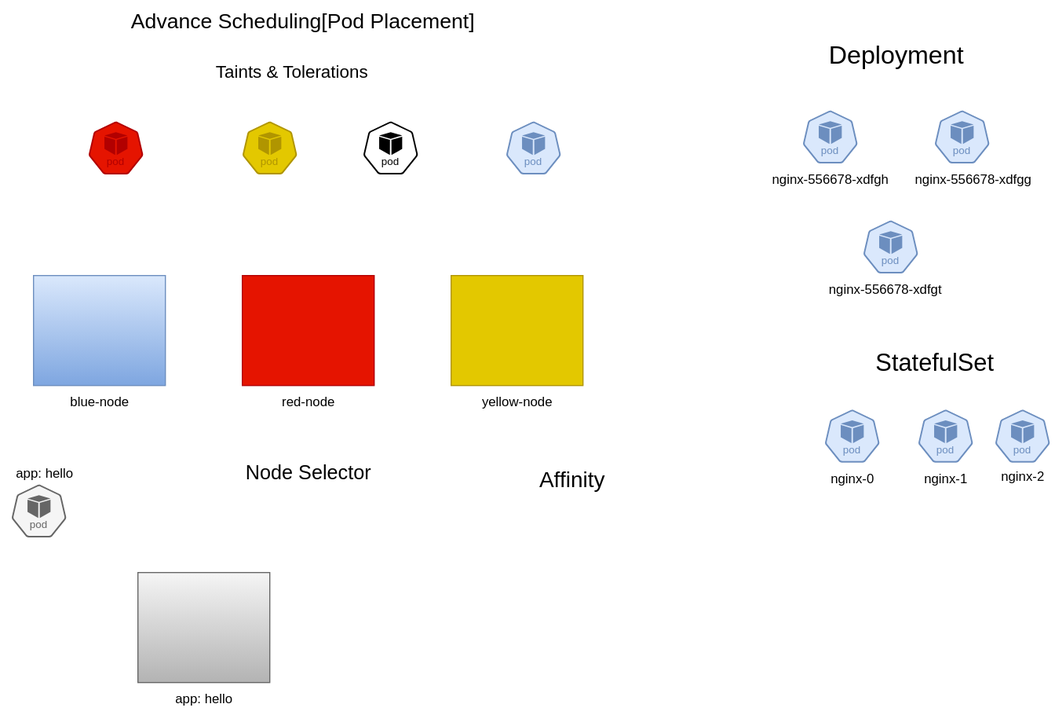
ullagallu-ds/my-notes keeps this draw.io diagram as svg/diagrams.drawio.svg. Above is the earlier version. Source tidied: cells renumbered, new cells last; positions are measured from the earlier drawing's top-left corner, leaving out a move shared by most shapes.
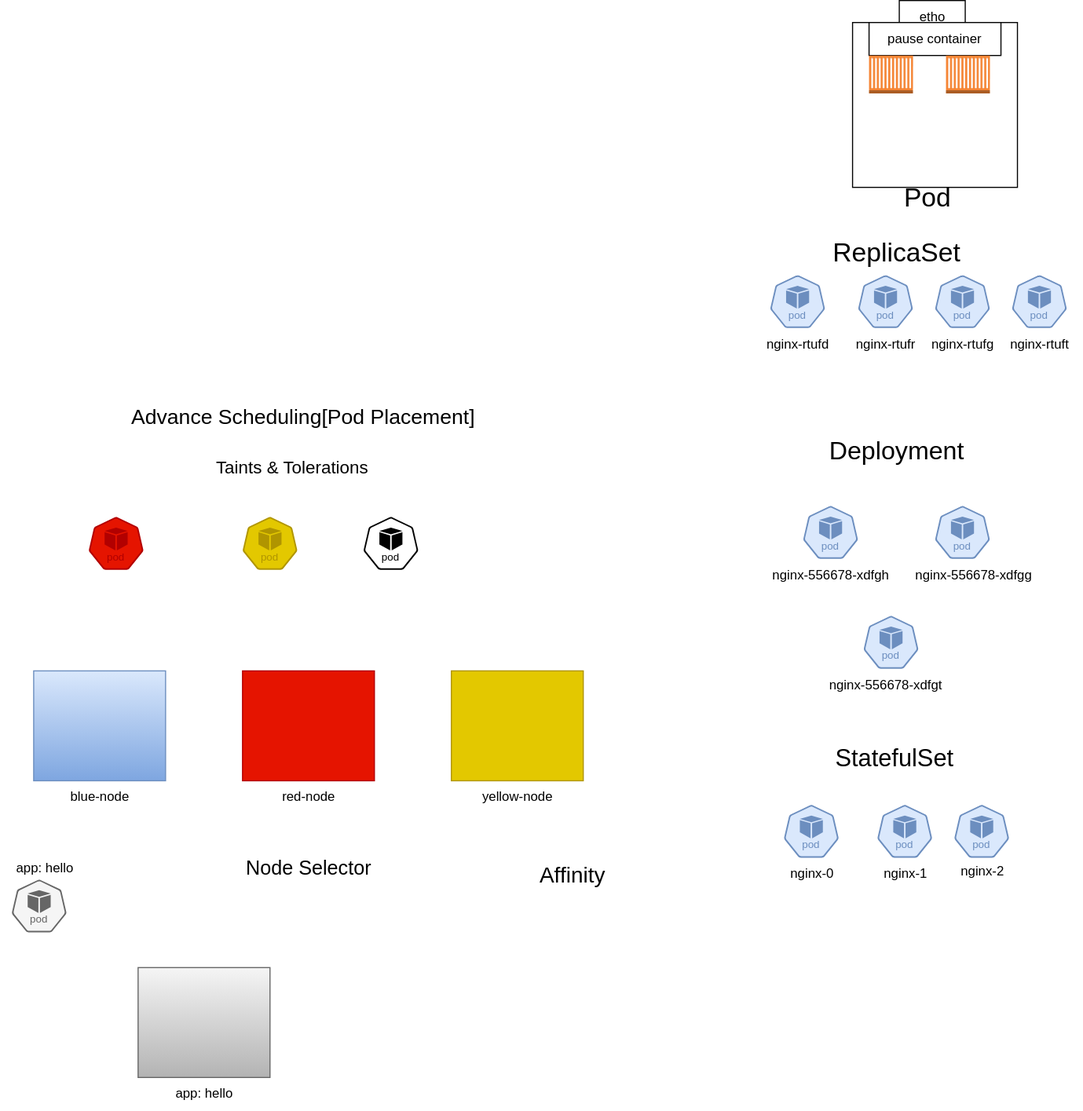
The same diagram one commit later.

What changed in the source:
```diff
@@ -33,7 +33,7 @@
       <mxGeometry x="80" y="110" width="50" height="48" as="geometry" />
     </mxCell>
     <mxCell id="12" style="sketch=0;html=1;dashed=0;whitespace=wrap;verticalLabelPosition=bottom;verticalAlign=top;fillColor=#dae8fc;strokeColor=#6c8ebf;shape=mxgraph.kubernetes.icon2;kubernetesLabel=1;prIcon=pod;gradientColor=#7ea6e0;" parent="1" vertex="1">
-      <mxGeometry x="460" y="110" width="50" height="48" as="geometry" />
+      <mxGeometry x="700" y="-110" width="50" height="48" as="geometry" />
     </mxCell>
     <mxCell id="13" value="&lt;font style=&quot;font-size: 16px;&quot;&gt;Taints &amp;amp; Tolerations&lt;/font&gt;" style="text;html=1;align=center;verticalAlign=middle;strokeColor=none;fillColor=none;" parent="1" vertex="1">
       <mxGeometry x="185" y="50" width="160" height="30" as="geometry" />
@@ -78,25 +78,67 @@
       <mxGeometry x="740" y="248" width="130" height="30" as="geometry" />
     </mxCell>
     <mxCell id="27" value="&lt;font style=&quot;font-size: 22px;&quot;&gt;StatefulSet&lt;/font&gt;" style="text;html=1;align=center;verticalAlign=middle;strokeColor=none;fillColor=none;" parent="1" vertex="1">
-      <mxGeometry x="785" y="310" width="130" height="40" as="geometry" />
+      <mxGeometry x="747.5" y="310" width="130" height="40" as="geometry" />
     </mxCell>
     <mxCell id="28" style="sketch=0;html=1;dashed=0;whitespace=wrap;verticalLabelPosition=bottom;verticalAlign=top;fillColor=#dae8fc;strokeColor=#6c8ebf;shape=mxgraph.kubernetes.icon2;kubernetesLabel=1;prIcon=pod;gradientColor=#7ea6e0;" parent="1" vertex="1">
-      <mxGeometry x="750" y="372" width="50" height="48" as="geometry" />
+      <mxGeometry x="712.5" y="372" width="50" height="48" as="geometry" />
     </mxCell>
     <mxCell id="29" value="nginx-0" style="text;html=1;align=center;verticalAlign=middle;strokeColor=none;fillColor=none;" parent="1" vertex="1">
-      <mxGeometry x="745" y="420" width="60" height="30" as="geometry" />
+      <mxGeometry x="707.5" y="420" width="60" height="30" as="geometry" />
     </mxCell>
     <mxCell id="30" style="sketch=0;html=1;dashed=0;whitespace=wrap;verticalLabelPosition=bottom;verticalAlign=top;fillColor=#dae8fc;strokeColor=#6c8ebf;shape=mxgraph.kubernetes.icon2;kubernetesLabel=1;prIcon=pod;gradientColor=#7ea6e0;" parent="1" vertex="1">
-      <mxGeometry x="835" y="372" width="50" height="48" as="geometry" />
+      <mxGeometry x="797.5" y="372" width="50" height="48" as="geometry" />
     </mxCell>
     <mxCell id="31" value="nginx-1" style="text;html=1;align=center;verticalAlign=middle;strokeColor=none;fillColor=none;" parent="1" vertex="1">
-      <mxGeometry x="830" y="420" width="60" height="30" as="geometry" />
+      <mxGeometry x="792.5" y="420" width="60" height="30" as="geometry" />
     </mxCell>
     <mxCell id="32" style="sketch=0;html=1;dashed=0;whitespace=wrap;verticalLabelPosition=bottom;verticalAlign=top;fillColor=#dae8fc;strokeColor=#6c8ebf;shape=mxgraph.kubernetes.icon2;kubernetesLabel=1;prIcon=pod;gradientColor=#7ea6e0;" parent="1" vertex="1">
-      <mxGeometry x="905" y="372" width="50" height="48" as="geometry" />
+      <mxGeometry x="867.5" y="372" width="50" height="48" as="geometry" />
     </mxCell>
     <mxCell id="33" value="nginx-2" style="text;html=1;align=center;verticalAlign=middle;strokeColor=none;fillColor=none;" parent="1" vertex="1">
-      <mxGeometry x="900" y="418" width="60" height="30" as="geometry" />
+      <mxGeometry x="862.5" y="418" width="60" height="30" as="geometry" />
     </mxCell>
+    <mxCell id="34" value="&lt;font style=&quot;font-size: 24px;&quot;&gt;ReplicaSet&lt;/font&gt;" style="text;html=1;align=center;verticalAlign=middle;strokeColor=none;fillColor=none;" parent="1" vertex="1">
+      <mxGeometry x="745" y="-150" width="140" height="40" as="geometry" />
+    </mxCell>
+    <mxCell id="35" value="nginx-rtufd" style="text;html=1;align=center;verticalAlign=middle;strokeColor=none;fillColor=none;" parent="1" vertex="1">
+      <mxGeometry x="685" y="-62" width="80" height="30" as="geometry" />
+    </mxCell>
+    <mxCell id="36" style="sketch=0;html=1;dashed=0;whitespace=wrap;verticalLabelPosition=bottom;verticalAlign=top;fillColor=#dae8fc;strokeColor=#6c8ebf;shape=mxgraph.kubernetes.icon2;kubernetesLabel=1;prIcon=pod;gradientColor=#7ea6e0;" parent="1" vertex="1">
+      <mxGeometry x="780" y="-110" width="50" height="48" as="geometry" />
+    </mxCell>
+    <mxCell id="37" value="nginx-rtufr" style="text;html=1;align=center;verticalAlign=middle;strokeColor=none;fillColor=none;" parent="1" vertex="1">
+      <mxGeometry x="765" y="-62" width="80" height="30" as="geometry" />
+    </mxCell>
+    <mxCell id="38" style="sketch=0;html=1;dashed=0;whitespace=wrap;verticalLabelPosition=bottom;verticalAlign=top;fillColor=#dae8fc;strokeColor=#6c8ebf;shape=mxgraph.kubernetes.icon2;kubernetesLabel=1;prIcon=pod;gradientColor=#7ea6e0;" parent="1" vertex="1">
+      <mxGeometry x="850" y="-110" width="50" height="48" as="geometry" />
+    </mxCell>
+    <mxCell id="39" value="nginx-rtufg" style="text;html=1;align=center;verticalAlign=middle;strokeColor=none;fillColor=none;" parent="1" vertex="1">
+      <mxGeometry x="835" y="-62" width="80" height="30" as="geometry" />
+    </mxCell>
+    <mxCell id="40" style="sketch=0;html=1;dashed=0;whitespace=wrap;verticalLabelPosition=bottom;verticalAlign=top;fillColor=#dae8fc;strokeColor=#6c8ebf;shape=mxgraph.kubernetes.icon2;kubernetesLabel=1;prIcon=pod;gradientColor=#7ea6e0;" parent="1" vertex="1">
+      <mxGeometry x="920" y="-110" width="50" height="48" as="geometry" />
+    </mxCell>
+    <mxCell id="41" value="nginx-rtuft" style="text;html=1;align=center;verticalAlign=middle;strokeColor=none;fillColor=none;" parent="1" vertex="1">
+      <mxGeometry x="905" y="-62" width="80" height="30" as="geometry" />
+    </mxCell>
+    <mxCell id="42" style="whiteSpace=wrap;html=1;fillColor=none;" parent="1" vertex="1">
+      <mxGeometry x="775" y="-340" width="150" height="150" as="geometry" />
+    </mxCell>
+    <mxCell id="43" value="etho" style="rounded=0;whiteSpace=wrap;html=1;" parent="1" vertex="1">
+      <mxGeometry x="817.5" y="-360" width="60" height="30" as="geometry" />
+    </mxCell>
+    <mxCell id="44" value="pause container" style="rounded=0;whiteSpace=wrap;html=1;" parent="1" vertex="1">
+      <mxGeometry x="790" y="-340" width="120" height="30" as="geometry" />
+    </mxCell>
+    <mxCell id="45" style="dashed=0;verticalLabelPosition=bottom;verticalAlign=top;align=center;html=1;shape=mxgraph.aws3.ec2_compute_container;fillColor=#F58534;gradientColor=none;" parent="1" vertex="1">
+      <mxGeometry x="790" y="-310" width="40" height="34.5" as="geometry" />
+    </mxCell>
+    <mxCell id="46" style="dashed=0;verticalLabelPosition=bottom;verticalAlign=top;align=center;html=1;shape=mxgraph.aws3.ec2_compute_container;fillColor=#F58534;gradientColor=none;" parent="1" vertex="1">
+      <mxGeometry x="860" y="-310" width="40" height="34.5" as="geometry" />
+    </mxCell>
+    <mxCell id="47" value="&lt;font style=&quot;font-size: 24px;&quot;&gt;Pod&lt;/font&gt;" style="text;html=1;align=center;verticalAlign=middle;strokeColor=none;fillColor=none;" parent="1" vertex="1">
+      <mxGeometry x="807.5" y="-200" width="70" height="40" as="geometry" />
+    </mxCell>
   </root>
 </mxGraphModel>
```
